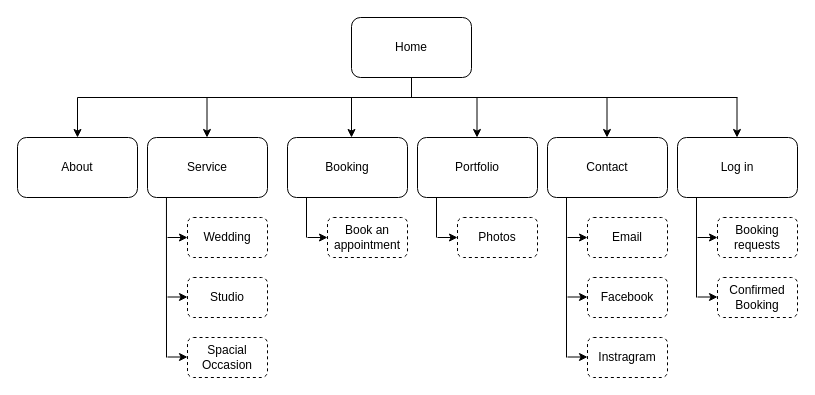
Before: Untitled Diagram.drawio in PattSuk/AvaMakeup, a draw.io diagram. Source tidied: cells renumbered, new cells numbered last; positions are measured from the earlier drawing's top-left corner, leaving out a move shared by most shapes. Both pictures are drawn from the tidied source at 100%, with x=0, y=0 at pixel (17, 17).
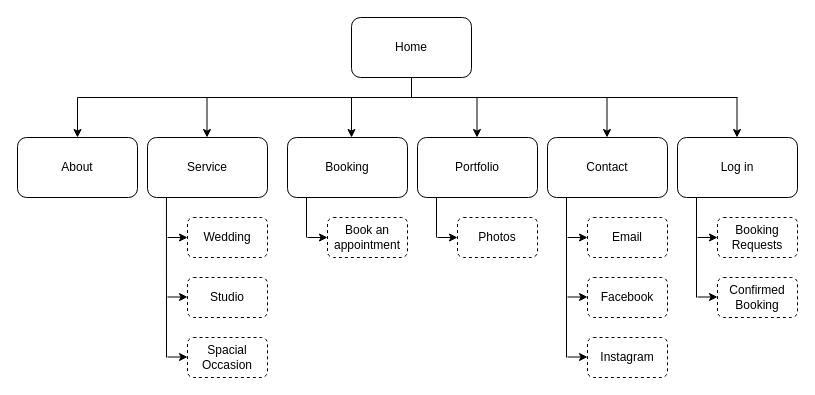
The same page after the edit.

Commit message (it also covers changes not shown here):
Site Map

Diff of the diagram source:
```diff
@@
-    <mxCell id="32" value="Instragram" style="rounded=1;whiteSpace=wrap;html=1;dashed=1;" parent="1" vertex="1">
+    <mxCell id="32" value="Instagram" style="rounded=1;whiteSpace=wrap;html=1;dashed=1;" parent="1" vertex="1">
       <mxGeometry x="570" y="320" width="80" height="40" as="geometry" />
     </mxCell>
@@
-    <mxCell id="37" value="Booking requests" style="rounded=1;whiteSpace=wrap;html=1;dashed=1;" parent="1" vertex="1">
+    <mxCell id="37" value="Booking Requests" style="rounded=1;whiteSpace=wrap;html=1;dashed=1;" parent="1" vertex="1">
       <mxGeometry x="700" y="200" width="80" height="40" as="geometry" />
     </mxCell>
```
